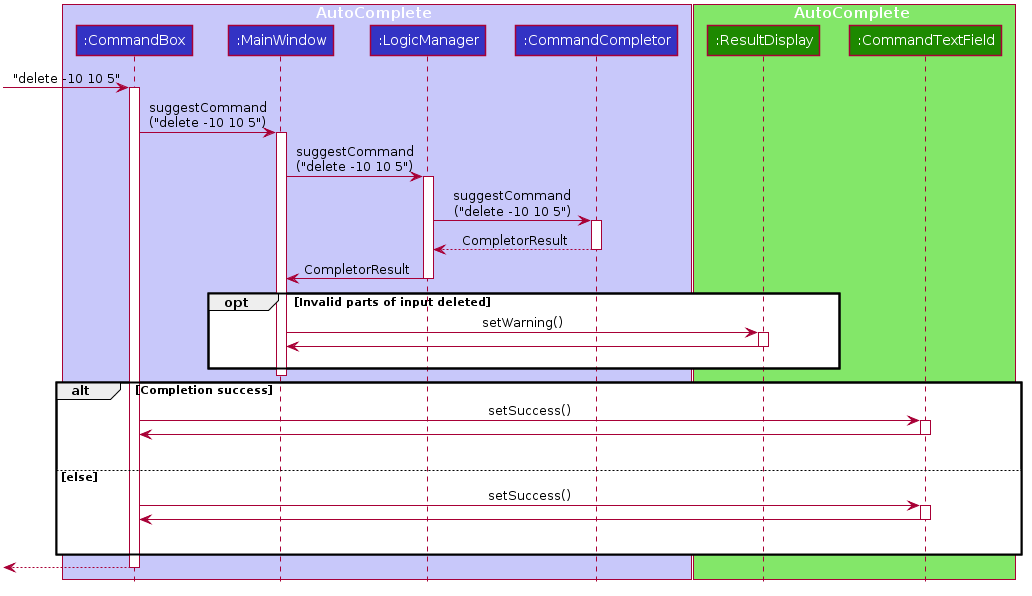
Before: docs/images/ACSequenceDiagram.png, a diagram exported from PlantUML (nus-cs2103-AY1920S2/addressbook-level3).
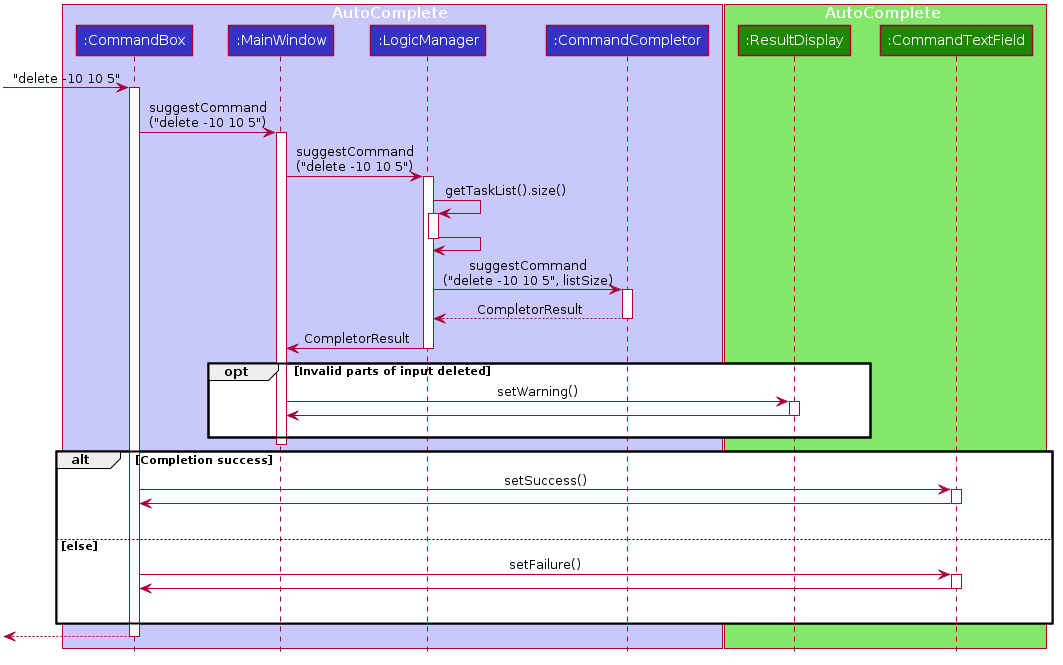
After the change.

What changed in the source:
```diff
@@ -70,7 +70,12 @@
 MainWindow -> LogicManager: suggestCommand\n("delete -10 10 5")
 activate LogicManager
 
-LogicManager -> CommandCompletor: suggestCommand\n("delete -10 10 5")
+LogicManager -> LogicManager: getTaskList().size()
+activate LogicManager
+LogicManager -> LogicManager
+deactivate LogicManager
+
+LogicManager -> CommandCompletor: suggestCommand\n("delete -10 10 5", listSize)
 activate CommandCompletor
 
 CommandCompletor --> LogicManager: CompletorResult
@@ -96,7 +101,7 @@
     deactivate CommandTextField
     CommandBox -[hidden]->CommandBox
 else else
-    CommandBox -> CommandTextField: setSuccess()
+    CommandBox -> CommandTextField: setFailure()
     activate CommandTextField
     CommandTextField -> CommandBox
     deactivate CommandTextField
```
